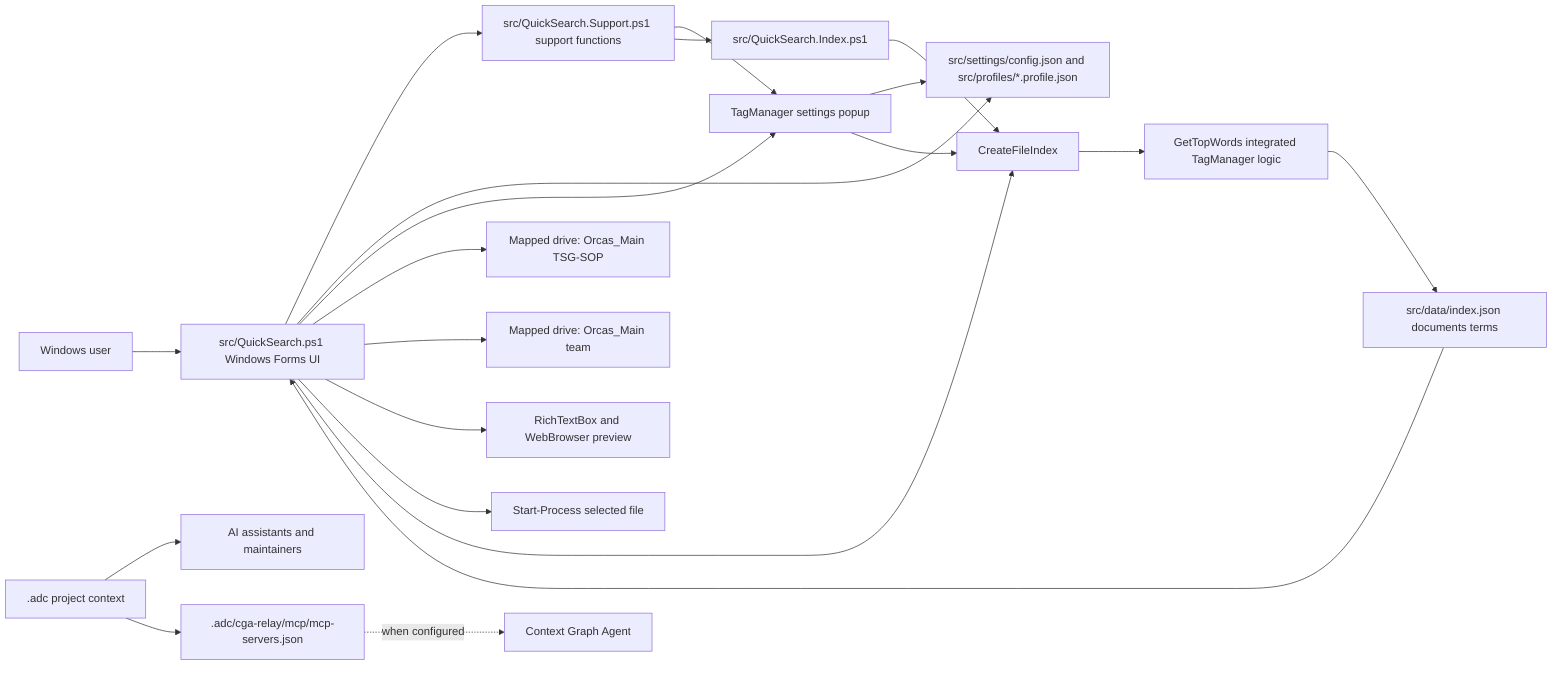
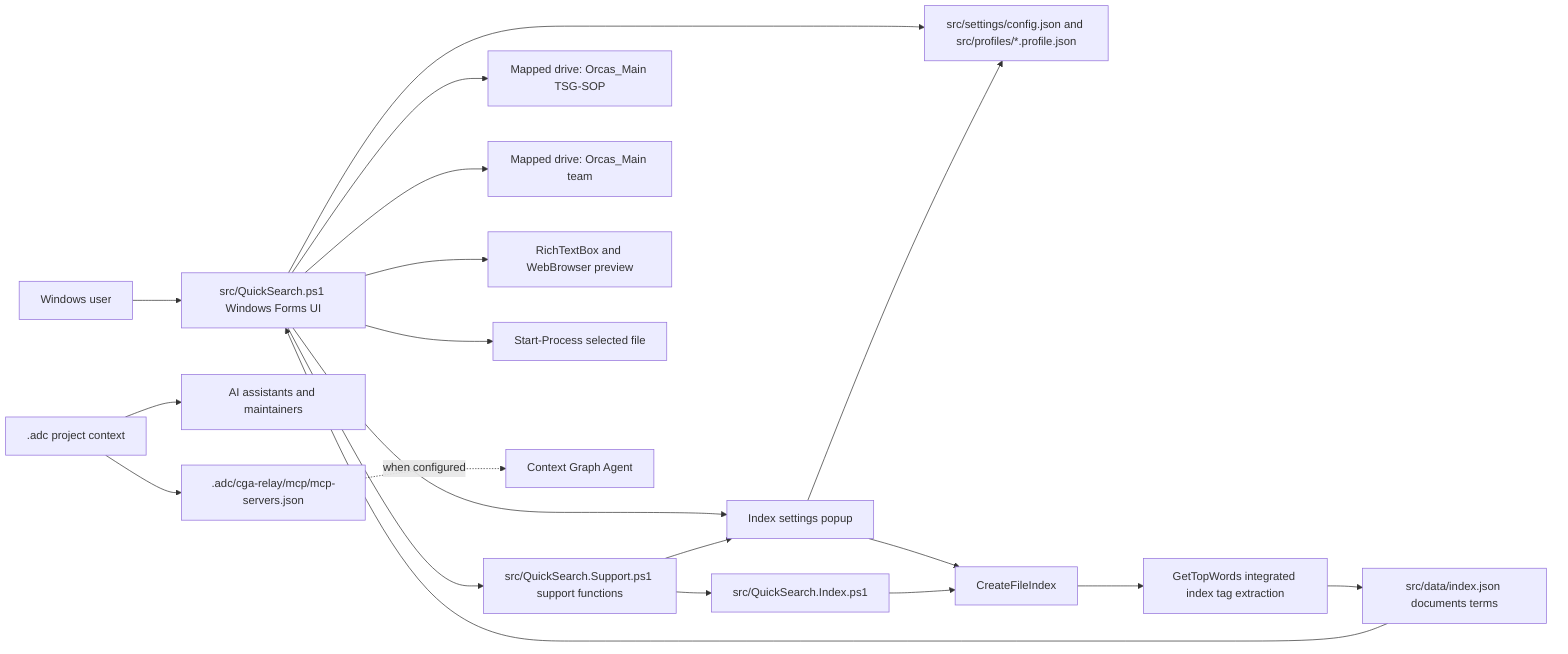
flowchart LR
  User[Windows user] --> SearchUI[src/QuickSearch.ps1 Windows Forms UI]
  SearchUI --> Support[src/QuickSearch.Support.ps1 support functions]
  SearchUI --> Config[src/settings/config.json and src/profiles/*.profile.json]
-   SearchUI --> TagManagerUi[TagManager settings popup]
-   Support --> TagManagerUi
-   TagManagerUi --> Config
+   SearchUI --> IndexSettingsUi[Index settings popup]
+   Support --> IndexSettingsUi
+   IndexSettingsUi --> Config
  SearchUI --> TsgDrive[Mapped drive: Orcas_Main TSG-SOP]
  SearchUI --> TeamDrive[Mapped drive: Orcas_Main team]
  SearchUI --> Preview[RichTextBox and WebBrowser preview]
  SearchUI --> ShellOpen[Start-Process selected file]
-   SearchUI --> Indexer[CreateFileIndex]
-   TagManagerUi --> Indexer
+   IndexSettingsUi --> Indexer[CreateFileIndex]
  Support --> IndexModule[src/QuickSearch.Index.ps1]
  IndexModule --> Indexer
-   Indexer --> TagExtractor[GetTopWords integrated TagManager logic]
+   Indexer --> TagExtractor[GetTopWords integrated index tag extraction]
  TagExtractor --> GeneratedIndex[src/data/index.json documents terms]
  GeneratedIndex --> SearchUI
  ADC[.adc project context] --> Agents[AI assistants and maintainers]
  ADC --> CgaProfile[.adc/cga-relay/mcp/mcp-servers.json]
  CgaProfile -. when configured .-> CGA[Context Graph Agent]
